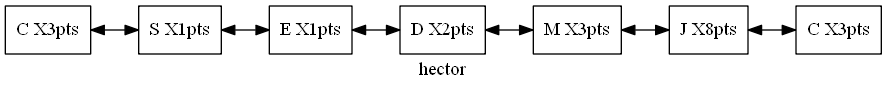
Before: Reportes/ListaJugador.png, a diagram exported from Graphviz (hr9457/EDD_1S2020_PY1_201314296). Its source is kept beside it as ArchivosDot/ListaJugador.dot.
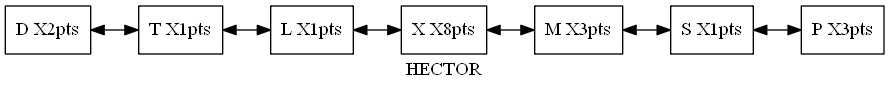
The same diagram one commit later.

Diff of the diagram source:
```diff
@@ -1,18 +1,18 @@
 digraph Lista {
 rankdir=LR;
 node [shape=record];
-Nodo0[label="C  X3pts"]
-Nodo1[label="S  X1pts"]
-Nodo2[label="E  X1pts"]
-Nodo3[label="D  X2pts"]
+Nodo0[label="D  X2pts"]
+Nodo1[label="T  X1pts"]
+Nodo2[label="L  X1pts"]
+Nodo3[label="X  X8pts"]
 Nodo4[label="M  X3pts"]
-Nodo5[label="J  X8pts"]
-Nodo6[label="C  X3pts"]
+Nodo5[label="S  X1pts"]
+Nodo6[label="P  X3pts"]
 Nodo0->Nodo1[dir=both];
 Nodo1->Nodo2[dir=both];
 Nodo2->Nodo3[dir=both];
 Nodo3->Nodo4[dir=both];
 Nodo4->Nodo5[dir=both];
 Nodo5->Nodo6[dir=both];
-label="hector";
+label="HECTOR";
 }
```
